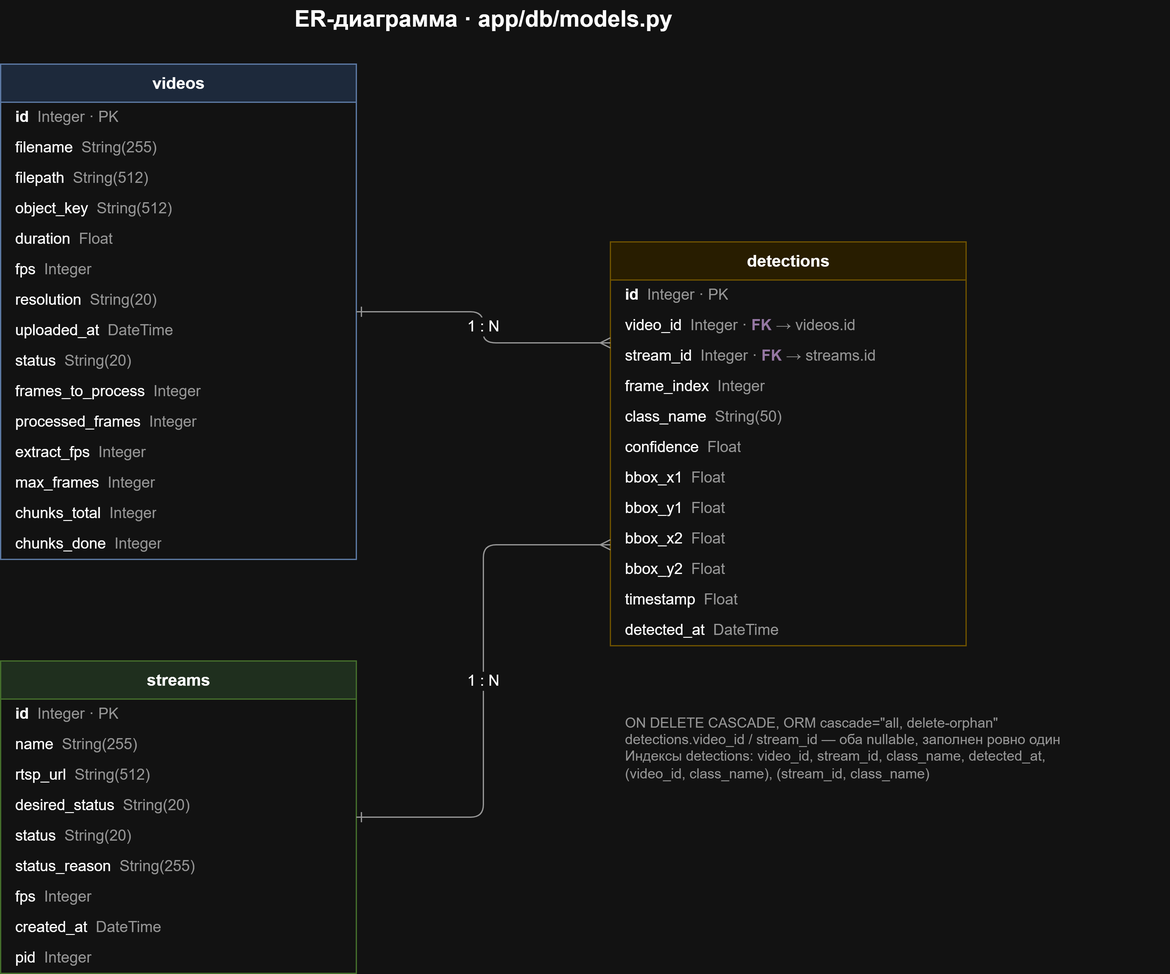
Earlier version of the draw.io export docs/diagrams/erd.drawio.png (Shazy021/vision-analytics). Source tidied: cells renumbered, new cells last; positions are measured from the earlier drawing's top-left corner, leaving out a move shared by most shapes.
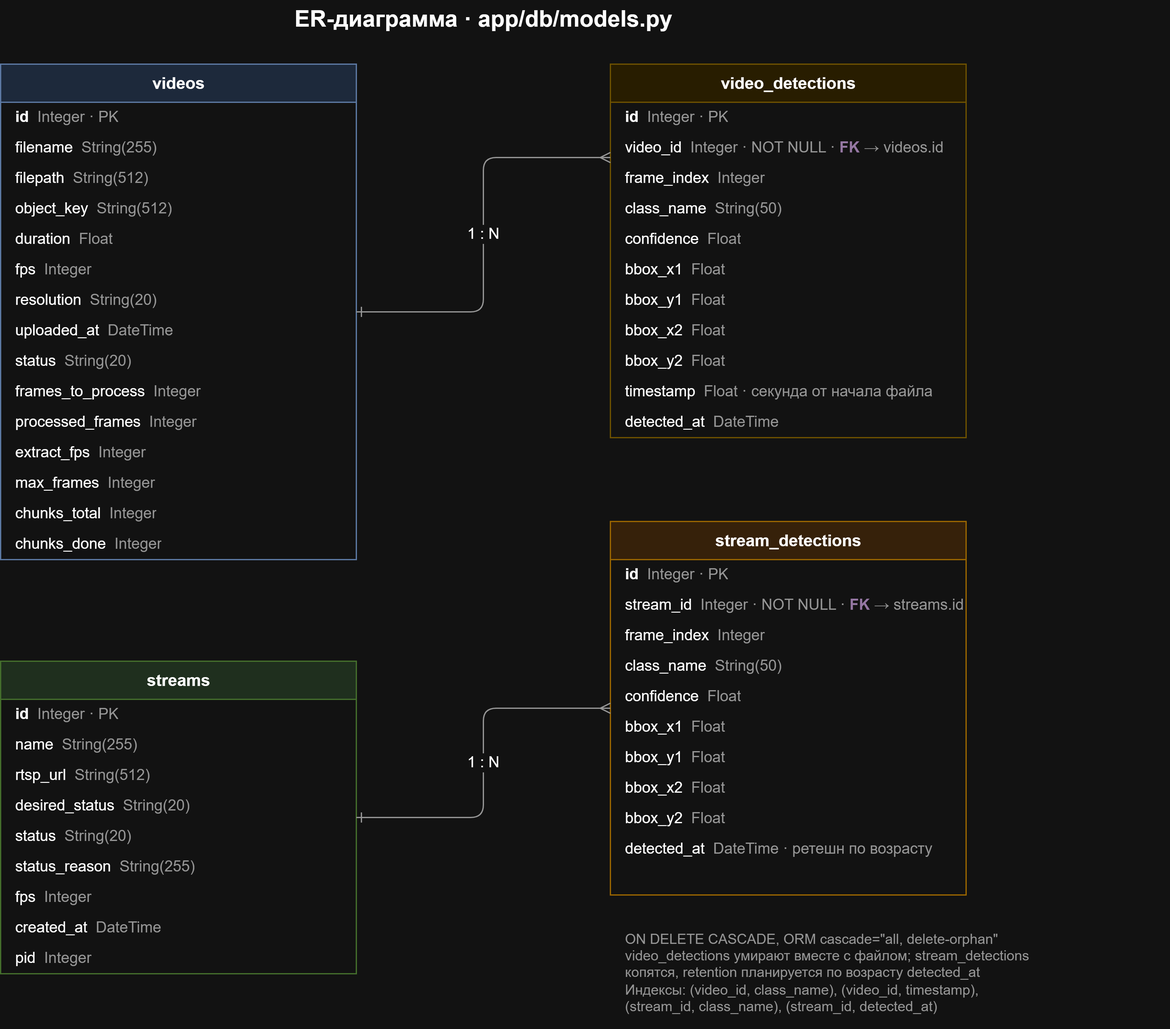
The same file after the commit.

What changed in the source:
```diff
@@ -83,52 +83,82 @@
     <mxCell id="28" value="pid&amp;nbsp;&amp;nbsp;&lt;font color=&quot;#666666&quot;&gt;Integer&lt;/font&gt;" style="text;html=1;align=left;verticalAlign=middle;spacingLeft=10;overflow=hidden;fillColor=none;strokeColor=none;fontSize=12;" parent="19" vertex="1">
       <mxGeometry y="222" width="280" height="24" as="geometry" />
     </mxCell>
-    <mxCell id="29" value="detections" style="swimlane;startSize=30;html=1;fillColor=#fff2cc;strokeColor=#d6b656;fontStyle=1;fontSize=13;swimlaneFillColor=#ffffff;" parent="1" vertex="1">
-      <mxGeometry x="480" y="190" width="280" height="318" as="geometry" />
+    <mxCell id="29" value="video_detections" style="swimlane;startSize=30;html=1;fillColor=#fff2cc;strokeColor=#d6b656;fontStyle=1;fontSize=13;swimlaneFillColor=#ffffff;" parent="1" vertex="1">
+      <mxGeometry x="480" y="50" width="280" height="294" as="geometry" />
     </mxCell>
     <mxCell id="30" value="&lt;b&gt;id&lt;/b&gt;&amp;nbsp;&amp;nbsp;&lt;font color=&quot;#666666&quot;&gt;Integer · PK&lt;/font&gt;" style="text;html=1;align=left;verticalAlign=middle;spacingLeft=10;overflow=hidden;fillColor=none;strokeColor=none;fontSize=12;" parent="29" vertex="1">
       <mxGeometry y="30" width="280" height="24" as="geometry" />
     </mxCell>
-    <mxCell id="31" value="video_id&amp;nbsp;&amp;nbsp;&lt;font color=&quot;#666666&quot;&gt;Integer · &lt;/font&gt;&lt;font color=&quot;#9673a6&quot;&gt;&lt;b&gt;FK&lt;/b&gt;&lt;/font&gt;&lt;font color=&quot;#666666&quot;&gt; → videos.id&lt;/font&gt;" style="text;html=1;align=left;verticalAlign=middle;spacingLeft=10;overflow=hidden;fillColor=none;strokeColor=none;fontSize=12;" parent="29" vertex="1">
+    <mxCell id="31" value="video_id&amp;nbsp;&amp;nbsp;&lt;font color=&quot;#666666&quot;&gt;Integer · NOT NULL · &lt;/font&gt;&lt;font color=&quot;#9673a6&quot;&gt;&lt;b&gt;FK&lt;/b&gt;&lt;/font&gt;&lt;font color=&quot;#666666&quot;&gt; → videos.id&lt;/font&gt;" style="text;html=1;align=left;verticalAlign=middle;spacingLeft=10;overflow=hidden;fillColor=none;strokeColor=none;fontSize=12;" parent="29" vertex="1">
       <mxGeometry y="54" width="280" height="24" as="geometry" />
     </mxCell>
-    <mxCell id="32" value="stream_id&amp;nbsp;&amp;nbsp;&lt;font color=&quot;#666666&quot;&gt;Integer · &lt;/font&gt;&lt;font color=&quot;#9673a6&quot;&gt;&lt;b&gt;FK&lt;/b&gt;&lt;/font&gt;&lt;font color=&quot;#666666&quot;&gt; → streams.id&lt;/font&gt;" style="text;html=1;align=left;verticalAlign=middle;spacingLeft=10;overflow=hidden;fillColor=none;strokeColor=none;fontSize=12;" parent="29" vertex="1">
-      <mxGeometry y="78" width="280" height="24" as="geometry" />
-    </mxCell>
     <mxCell id="33" value="frame_index&amp;nbsp;&amp;nbsp;&lt;font color=&quot;#666666&quot;&gt;Integer&lt;/font&gt;" style="text;html=1;align=left;verticalAlign=middle;spacingLeft=10;overflow=hidden;fillColor=none;strokeColor=none;fontSize=12;" parent="29" vertex="1">
-      <mxGeometry y="102" width="280" height="24" as="geometry" />
+      <mxGeometry y="78" width="280" height="24" as="geometry" />
     </mxCell>
     <mxCell id="34" value="class_name&amp;nbsp;&amp;nbsp;&lt;font color=&quot;#666666&quot;&gt;String(50)&lt;/font&gt;" style="text;html=1;align=left;verticalAlign=middle;spacingLeft=10;overflow=hidden;fillColor=none;strokeColor=none;fontSize=12;" parent="29" vertex="1">
-      <mxGeometry y="126" width="280" height="24" as="geometry" />
+      <mxGeometry y="102" width="280" height="24" as="geometry" />
     </mxCell>
     <mxCell id="35" value="confidence&amp;nbsp;&amp;nbsp;&lt;font color=&quot;#666666&quot;&gt;Float&lt;/font&gt;" style="text;html=1;align=left;verticalAlign=middle;spacingLeft=10;overflow=hidden;fillColor=none;strokeColor=none;fontSize=12;" parent="29" vertex="1">
-      <mxGeometry y="150" width="280" height="24" as="geometry" />
+      <mxGeometry y="126" width="280" height="24" as="geometry" />
     </mxCell>
     <mxCell id="36" value="bbox_x1&amp;nbsp;&amp;nbsp;&lt;font color=&quot;#666666&quot;&gt;Float&lt;/font&gt;" style="text;html=1;align=left;verticalAlign=middle;spacingLeft=10;overflow=hidden;fillColor=none;strokeColor=none;fontSize=12;" parent="29" vertex="1">
-      <mxGeometry y="174" width="280" height="24" as="geometry" />
+      <mxGeometry y="150" width="280" height="24" as="geometry" />
     </mxCell>
     <mxCell id="37" value="bbox_y1&amp;nbsp;&amp;nbsp;&lt;font color=&quot;#666666&quot;&gt;Float&lt;/font&gt;" style="text;html=1;align=left;verticalAlign=middle;spacingLeft=10;overflow=hidden;fillColor=none;strokeColor=none;fontSize=12;" parent="29" vertex="1">
-      <mxGeometry y="198" width="280" height="24" as="geometry" />
+      <mxGeometry y="174" width="280" height="24" as="geometry" />
     </mxCell>
     <mxCell id="38" value="bbox_x2&amp;nbsp;&amp;nbsp;&lt;font color=&quot;#666666&quot;&gt;Float&lt;/font&gt;" style="text;html=1;align=left;verticalAlign=middle;spacingLeft=10;overflow=hidden;fillColor=none;strokeColor=none;fontSize=12;" parent="29" vertex="1">
-      <mxGeometry y="222" width="280" height="24" as="geometry" />
+      <mxGeometry y="198" width="280" height="24" as="geometry" />
     </mxCell>
     <mxCell id="39" value="bbox_y2&amp;nbsp;&amp;nbsp;&lt;font color=&quot;#666666&quot;&gt;Float&lt;/font&gt;" style="text;html=1;align=left;verticalAlign=middle;spacingLeft=10;overflow=hidden;fillColor=none;strokeColor=none;fontSize=12;" parent="29" vertex="1">
-      <mxGeometry y="246" width="280" height="24" as="geometry" />
+      <mxGeometry y="222" width="280" height="24" as="geometry" />
     </mxCell>
-    <mxCell id="40" value="timestamp&amp;nbsp;&amp;nbsp;&lt;font color=&quot;#666666&quot;&gt;Float&lt;/font&gt;" style="text;html=1;align=left;verticalAlign=middle;spacingLeft=10;overflow=hidden;fillColor=none;strokeColor=none;fontSize=12;" parent="29" vertex="1">
-      <mxGeometry y="270" width="280" height="24" as="geometry" />
+    <mxCell id="40" value="timestamp&amp;nbsp;&amp;nbsp;&lt;font color=&quot;#666666&quot;&gt;Float · секунда от начала файла&lt;/font&gt;" style="text;html=1;align=left;verticalAlign=middle;spacingLeft=10;overflow=hidden;fillColor=none;strokeColor=none;fontSize=12;" parent="29" vertex="1">
+      <mxGeometry y="246" width="280" height="24" as="geometry" />
     </mxCell>
     <mxCell id="41" value="detected_at&amp;nbsp;&amp;nbsp;&lt;font color=&quot;#666666&quot;&gt;DateTime&lt;/font&gt;" style="text;html=1;align=left;verticalAlign=middle;spacingLeft=10;overflow=hidden;fillColor=none;strokeColor=none;fontSize=12;" parent="29" vertex="1">
-      <mxGeometry y="294" width="280" height="24" as="geometry" />
+      <mxGeometry y="270" width="280" height="24" as="geometry" />
     </mxCell>
+    <mxCell id="45" value="stream_detections" style="swimlane;startSize=30;html=1;fillColor=#ffe6cc;strokeColor=#d79b00;fontStyle=1;fontSize=13;swimlaneFillColor=#ffffff;" parent="1" vertex="1">
+      <mxGeometry x="480" y="410" width="280" height="294" as="geometry" />
+    </mxCell>
+    <mxCell id="46" value="&lt;b&gt;id&lt;/b&gt;&amp;nbsp;&amp;nbsp;&lt;font color=&quot;#666666&quot;&gt;Integer · PK&lt;/font&gt;" style="text;html=1;align=left;verticalAlign=middle;spacingLeft=10;overflow=hidden;fillColor=none;strokeColor=none;fontSize=12;" parent="45" vertex="1">
+      <mxGeometry y="30" width="280" height="24" as="geometry" />
+    </mxCell>
+    <mxCell id="47" value="stream_id&amp;nbsp;&amp;nbsp;&lt;font color=&quot;#666666&quot;&gt;Integer · NOT NULL · &lt;/font&gt;&lt;font color=&quot;#9673a6&quot;&gt;&lt;b&gt;FK&lt;/b&gt;&lt;/font&gt;&lt;font color=&quot;#666666&quot;&gt; → streams.id&lt;/font&gt;" style="text;html=1;align=left;verticalAlign=middle;spacingLeft=10;overflow=hidden;fillColor=none;strokeColor=none;fontSize=12;" parent="45" vertex="1">
+      <mxGeometry y="54" width="280" height="24" as="geometry" />
+    </mxCell>
+    <mxCell id="48" value="frame_index&amp;nbsp;&amp;nbsp;&lt;font color=&quot;#666666&quot;&gt;Integer&lt;/font&gt;" style="text;html=1;align=left;verticalAlign=middle;spacingLeft=10;overflow=hidden;fillColor=none;strokeColor=none;fontSize=12;" parent="45" vertex="1">
+      <mxGeometry y="78" width="280" height="24" as="geometry" />
+    </mxCell>
+    <mxCell id="49" value="class_name&amp;nbsp;&amp;nbsp;&lt;font color=&quot;#666666&quot;&gt;String(50)&lt;/font&gt;" style="text;html=1;align=left;verticalAlign=middle;spacingLeft=10;overflow=hidden;fillColor=none;strokeColor=none;fontSize=12;" parent="45" vertex="1">
+      <mxGeometry y="102" width="280" height="24" as="geometry" />
+    </mxCell>
+    <mxCell id="50" value="confidence&amp;nbsp;&amp;nbsp;&lt;font color=&quot;#666666&quot;&gt;Float&lt;/font&gt;" style="text;html=1;align=left;verticalAlign=middle;spacingLeft=10;overflow=hidden;fillColor=none;strokeColor=none;fontSize=12;" parent="45" vertex="1">
+      <mxGeometry y="126" width="280" height="24" as="geometry" />
+    </mxCell>
+    <mxCell id="51" value="bbox_x1&amp;nbsp;&amp;nbsp;&lt;font color=&quot;#666666&quot;&gt;Float&lt;/font&gt;" style="text;html=1;align=left;verticalAlign=middle;spacingLeft=10;overflow=hidden;fillColor=none;strokeColor=none;fontSize=12;" parent="45" vertex="1">
+      <mxGeometry y="150" width="280" height="24" as="geometry" />
+    </mxCell>
+    <mxCell id="52" value="bbox_y1&amp;nbsp;&amp;nbsp;&lt;font color=&quot;#666666&quot;&gt;Float&lt;/font&gt;" style="text;html=1;align=left;verticalAlign=middle;spacingLeft=10;overflow=hidden;fillColor=none;strokeColor=none;fontSize=12;" parent="45" vertex="1">
+      <mxGeometry y="174" width="280" height="24" as="geometry" />
+    </mxCell>
+    <mxCell id="53" value="bbox_x2&amp;nbsp;&amp;nbsp;&lt;font color=&quot;#666666&quot;&gt;Float&lt;/font&gt;" style="text;html=1;align=left;verticalAlign=middle;spacingLeft=10;overflow=hidden;fillColor=none;strokeColor=none;fontSize=12;" parent="45" vertex="1">
+      <mxGeometry y="198" width="280" height="24" as="geometry" />
+    </mxCell>
+    <mxCell id="54" value="bbox_y2&amp;nbsp;&amp;nbsp;&lt;font color=&quot;#666666&quot;&gt;Float&lt;/font&gt;" style="text;html=1;align=left;verticalAlign=middle;spacingLeft=10;overflow=hidden;fillColor=none;strokeColor=none;fontSize=12;" parent="45" vertex="1">
+      <mxGeometry y="222" width="280" height="24" as="geometry" />
+    </mxCell>
+    <mxCell id="55" value="detected_at&amp;nbsp;&amp;nbsp;&lt;font color=&quot;#666666&quot;&gt;DateTime · ретешн по возрасту&lt;/font&gt;" style="text;html=1;align=left;verticalAlign=middle;spacingLeft=10;overflow=hidden;fillColor=none;strokeColor=none;fontSize=12;" parent="45" vertex="1">
+      <mxGeometry y="246" width="280" height="24" as="geometry" />
+    </mxCell>
-    <mxCell id="42" value="ON DELETE CASCADE, ORM cascade=&quot;all, delete-orphan&quot;&#10;detections.video_id / stream_id — оба nullable, заполнен ровно один&#10;Индексы detections: video_id, stream_id, class_name, detected_at,&#10;(video_id, class_name), (stream_id, class_name)" style="text;html=1;align=left;verticalAlign=top;spacingLeft=10;spacingTop=6;fillColor=none;strokeColor=none;fontSize=11;fontColor=#666666;" parent="1" vertex="1">
-      <mxGeometry x="480" y="550" width="440" height="90" as="geometry" />
+    <mxCell id="42" value="ON DELETE CASCADE, ORM cascade=&quot;all, delete-orphan&quot;&#10;video_detections умирают вместе с файлом; stream_detections&#10;копятся, retention планируется по возрасту detected_at&#10;Индексы: (video_id, class_name), (video_id, timestamp),&#10;(stream_id, class_name), (stream_id, detected_at)" style="text;html=1;align=left;verticalAlign=top;spacingLeft=10;spacingTop=6;fillColor=none;strokeColor=none;fontSize=11;fontColor=#666666;" parent="1" vertex="1">
+      <mxGeometry x="480" y="720" width="440" height="90" as="geometry" />
     </mxCell>
     <mxCell id="43" value="1 : N" style="edgeStyle=orthogonalEdgeStyle;rounded=1;jettySize=auto;html=1;startArrow=ERone;endArrow=ERmany;startFill=0;endFill=0;strokeColor=#666666;fontSize=12;exitX=1;exitY=0.5;exitDx=0;exitDy=0;entryX=0;entryY=0.25;entryDx=0;entryDy=0;" parent="1" edge="1" source="3" target="29">
       <mxGeometry relative="1" as="geometry" />
     </mxCell>
-    <mxCell id="44" value="1 : N" style="edgeStyle=orthogonalEdgeStyle;rounded=1;jettySize=auto;html=1;startArrow=ERone;endArrow=ERmany;startFill=0;endFill=0;strokeColor=#666666;fontSize=12;exitX=1;exitY=0.5;exitDx=0;exitDy=0;entryX=0;entryY=0.75;entryDx=0;entryDy=0;" parent="1" edge="1" source="19" target="29">
+    <mxCell id="44" value="1 : N" style="edgeStyle=orthogonalEdgeStyle;rounded=1;jettySize=auto;html=1;startArrow=ERone;endArrow=ERmany;startFill=0;endFill=0;strokeColor=#666666;fontSize=12;exitX=1;exitY=0.5;exitDx=0;exitDy=0;entryX=0;entryY=0.5;entryDx=0;entryDy=0;" parent="1" edge="1" source="19" target="45">
       <mxGeometry relative="1" as="geometry" />
     </mxCell>
   </root>
```
